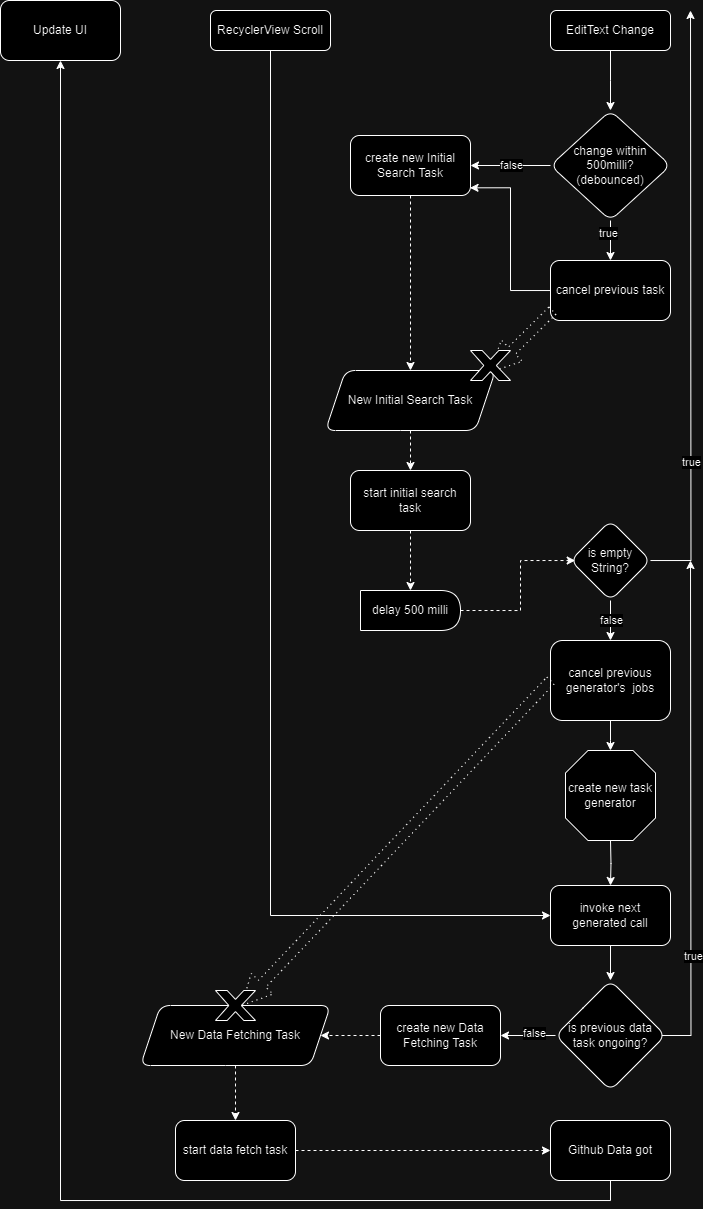
Before: readmepics/GithubApiSampleLogicFlow.png, a diagram exported from draw.io (Wayne-Wang-Wayne/GithubAPISample). Source tidied: cells renumbered, new cells last; positions are measured from the earlier drawing's top-left corner, leaving out a move shared by most shapes.
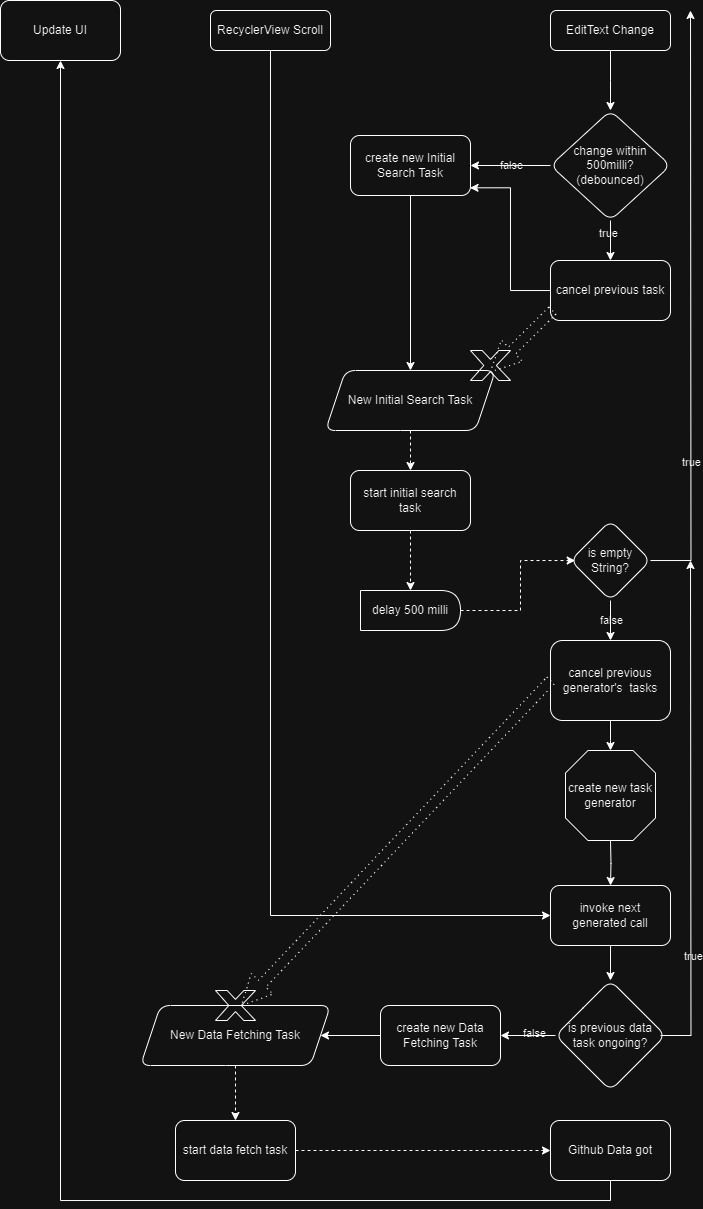
After the change.

Commit message:
更新readme logic flow

The edit, as a diff of the source:
```diff
@@ -2,84 +2,81 @@
   <root>
     <mxCell id="0" />
     <mxCell id="1" parent="0" />
-    <mxCell id="2" style="edgeStyle=orthogonalEdgeStyle;rounded=0;jettySize=auto;html=1;entryX=0;entryY=0.5;entryDx=0;entryDy=0;" parent="1" edge="1" source="3" target="20">
+    <mxCell id="2" style="edgeStyle=orthogonalEdgeStyle;rounded=0;jettySize=auto;html=1;entryX=0;entryY=0.5;entryDx=0;entryDy=0;labelBackgroundColor=none;" parent="1" edge="1" source="3" target="20">
       <mxGeometry relative="1" as="geometry">
         <Array as="points">
           <mxPoint x="270" y="915" />
         </Array>
       </mxGeometry>
     </mxCell>
-    <mxCell id="3" value="RecyclerView Scroll" style="rounded=1;whiteSpace=wrap;html=1;fontSize=12;glass=0;strokeWidth=1;shadow=0;" parent="1" vertex="1">
+    <mxCell id="3" value="RecyclerView Scroll" style="rounded=1;whiteSpace=wrap;html=1;fontSize=12;glass=0;strokeWidth=1;shadow=0;labelBackgroundColor=none;fillColor=none;" parent="1" vertex="1">
       <mxGeometry x="210" y="10" width="120" height="40" as="geometry" />
     </mxCell>
-    <mxCell id="4" style="edgeStyle=orthogonalEdgeStyle;rounded=0;jettySize=auto;html=1;" parent="1" edge="1" source="5">
+    <mxCell id="4" style="edgeStyle=orthogonalEdgeStyle;rounded=0;jettySize=auto;html=1;labelBackgroundColor=none;" parent="1" edge="1" source="5">
       <mxGeometry relative="1" as="geometry">
         <mxPoint x="610" y="110" as="targetPoint" />
       </mxGeometry>
     </mxCell>
-    <mxCell id="5" value="EditText Change" style="rounded=1;whiteSpace=wrap;html=1;fontSize=12;glass=0;strokeWidth=1;shadow=0;" parent="1" vertex="1">
+    <mxCell id="5" value="EditText Change" style="rounded=1;whiteSpace=wrap;html=1;fontSize=12;glass=0;strokeWidth=1;shadow=0;labelBackgroundColor=none;fillColor=none;" parent="1" vertex="1">
       <mxGeometry x="550" y="10" width="120" height="40" as="geometry" />
     </mxCell>
-    <mxCell id="6" style="edgeStyle=orthogonalEdgeStyle;rounded=0;jettySize=auto;html=1;" parent="1" edge="1" source="10" target="36">
+    <mxCell id="6" style="edgeStyle=orthogonalEdgeStyle;rounded=0;jettySize=auto;html=1;labelBackgroundColor=none;" parent="1" edge="1" source="10" target="36">
       <mxGeometry relative="1" as="geometry" />
     </mxCell>
-    <mxCell id="7" value="true" style="edgeLabel;html=1;align=center;verticalAlign=middle;" parent="6" vertex="1">
+    <mxCell id="7" value="true" style="edgeLabel;html=1;align=center;verticalAlign=middle;labelBackgroundColor=none;" parent="6" vertex="1">
       <mxGeometry x="-0.36" y="-2" relative="1" as="geometry" />
     </mxCell>
-    <mxCell id="8" style="edgeStyle=orthogonalEdgeStyle;rounded=0;jettySize=auto;html=1;" parent="1" edge="1" source="10" target="38">
+    <mxCell id="8" style="edgeStyle=orthogonalEdgeStyle;rounded=0;jettySize=auto;html=1;labelBackgroundColor=none;" parent="1" edge="1" source="10" target="38">
       <mxGeometry relative="1" as="geometry" />
     </mxCell>
-    <mxCell id="9" value="false" style="edgeLabel;html=1;align=center;verticalAlign=middle;" parent="8" vertex="1">
+    <mxCell id="9" value="false" style="edgeLabel;html=1;align=center;verticalAlign=middle;labelBackgroundColor=none;" parent="8" vertex="1">
       <mxGeometry x="0.07" y="-2" relative="1" as="geometry">
         <mxPoint x="3" y="2" as="offset" />
       </mxGeometry>
     </mxCell>
-    <mxCell id="10" value="change within 500milli?&lt;br&gt;(debounced)" style="rhombus;whiteSpace=wrap;html=1;rounded=1;glass=0;strokeWidth=1;shadow=0;" parent="1" vertex="1">
+    <mxCell id="10" value="change within 500milli?&lt;br&gt;(debounced)" style="rhombus;whiteSpace=wrap;html=1;rounded=1;glass=0;strokeWidth=1;shadow=0;labelBackgroundColor=none;fillColor=none;" parent="1" vertex="1">
       <mxGeometry x="550" y="110" width="120" height="110" as="geometry" />
     </mxCell>
-    <mxCell id="11" style="edgeStyle=orthogonalEdgeStyle;rounded=0;jettySize=auto;html=1;" parent="1" edge="1" source="15">
+    <mxCell id="11" style="edgeStyle=orthogonalEdgeStyle;rounded=0;jettySize=auto;html=1;labelBackgroundColor=none;" parent="1" edge="1" source="15">
       <mxGeometry relative="1" as="geometry">
         <mxPoint x="690" y="10" as="targetPoint" />
       </mxGeometry>
     </mxCell>
-    <mxCell id="12" value="true" style="edgeLabel;html=1;align=center;verticalAlign=middle;" parent="11" vertex="1">
+    <mxCell id="12" value="true" style="edgeLabel;html=1;align=center;verticalAlign=middle;labelBackgroundColor=none;" parent="11" vertex="1">
       <mxGeometry x="0.05" y="-1" relative="1" as="geometry">
         <mxPoint x="-1" y="170" as="offset" />
       </mxGeometry>
     </mxCell>
-    <mxCell id="13" style="edgeStyle=orthogonalEdgeStyle;rounded=0;jettySize=auto;html=1;" parent="1" edge="1" source="15" target="18">
+    <mxCell id="13" style="edgeStyle=orthogonalEdgeStyle;rounded=0;jettySize=auto;html=1;labelBackgroundColor=none;" parent="1" edge="1" source="15" target="18">
       <mxGeometry relative="1" as="geometry" />
     </mxCell>
-    <mxCell id="14" value="false" style="edgeLabel;html=1;align=center;verticalAlign=middle;" parent="13" vertex="1">
+    <mxCell id="14" value="false" style="edgeLabel;html=1;align=center;verticalAlign=middle;labelBackgroundColor=none;" parent="13" vertex="1">
       <mxGeometry x="-0.02" y="1" relative="1" as="geometry" />
     </mxCell>
-    <mxCell id="15" value="is empty String?" style="rhombus;whiteSpace=wrap;html=1;rounded=1;glass=0;strokeWidth=1;shadow=0;" parent="1" vertex="1">
+    <mxCell id="15" value="is empty String?" style="rhombus;whiteSpace=wrap;html=1;rounded=1;glass=0;strokeWidth=1;shadow=0;labelBackgroundColor=none;fillColor=none;" parent="1" vertex="1">
       <mxGeometry x="570" y="520" width="80" height="80" as="geometry" />
     </mxCell>
-    <mxCell id="16" style="edgeStyle=orthogonalEdgeStyle;rounded=0;jettySize=auto;html=1;entryX=0.5;entryY=0;entryDx=0;entryDy=0;dashed=1;dashPattern=1 4;shape=arrow;" parent="1" edge="1" source="45" target="22">
-      <mxGeometry relative="1" as="geometry" />
-    </mxCell>
-    <mxCell id="17" style="edgeStyle=orthogonalEdgeStyle;rounded=0;jettySize=auto;html=1;" parent="1" edge="1" source="18">
+    <mxCell id="17" style="edgeStyle=orthogonalEdgeStyle;rounded=0;jettySize=auto;html=1;labelBackgroundColor=none;" parent="1" edge="1" source="18">
       <mxGeometry relative="1" as="geometry">
         <mxPoint x="610" y="750" as="targetPoint" />
       </mxGeometry>
     </mxCell>
-    <mxCell id="18" value="cancel previous generator's&amp;nbsp;&lt;span style=&quot;background-color: initial;&quot;&gt;&amp;nbsp;jobs&lt;/span&gt;" style="rounded=1;whiteSpace=wrap;html=1;glass=0;strokeWidth=1;shadow=0;" parent="1" vertex="1">
+    <mxCell id="18" value="cancel previous generator's&amp;nbsp;&lt;span style=&quot;&quot;&gt;&amp;nbsp;tasks&lt;/span&gt;" style="rounded=1;whiteSpace=wrap;html=1;glass=0;strokeWidth=1;shadow=0;labelBackgroundColor=none;fillColor=none;" parent="1" vertex="1">
       <mxGeometry x="550" y="640" width="120" height="80" as="geometry" />
     </mxCell>
-    <mxCell id="19" style="edgeStyle=orthogonalEdgeStyle;rounded=0;jettySize=auto;html=1;" parent="1" edge="1" source="20" target="29">
+    <mxCell id="19" style="edgeStyle=orthogonalEdgeStyle;rounded=0;jettySize=auto;html=1;labelBackgroundColor=none;" parent="1" edge="1" source="20" target="29">
       <mxGeometry relative="1" as="geometry" />
     </mxCell>
-    <mxCell id="20" value="invoke next generated call" style="rounded=1;whiteSpace=wrap;html=1;glass=0;strokeWidth=1;shadow=0;" parent="1" vertex="1">
+    <mxCell id="20" value="invoke next generated call" style="rounded=1;whiteSpace=wrap;html=1;glass=0;strokeWidth=1;shadow=0;labelBackgroundColor=none;fillColor=none;" parent="1" vertex="1">
       <mxGeometry x="550" y="885" width="120" height="60" as="geometry" />
     </mxCell>
-    <mxCell id="21" style="edgeStyle=orthogonalEdgeStyle;rounded=0;jettySize=auto;html=1;entryX=0.5;entryY=0;entryDx=0;entryDy=0;dashed=1;" parent="1" edge="1" source="22" target="35">
+    <mxCell id="21" style="edgeStyle=orthogonalEdgeStyle;rounded=0;jettySize=auto;html=1;entryX=0.5;entryY=0;entryDx=0;entryDy=0;dashed=1;labelBackgroundColor=none;" parent="1" edge="1" source="22" target="35">
       <mxGeometry relative="1" as="geometry" />
     </mxCell>
-    <mxCell id="22" value="New Data Fetching Task" style="shape=parallelogram;perimeter=parallelogramPerimeter;whiteSpace=wrap;html=1;fixedSize=1;rounded=1;" parent="1" vertex="1">
+    <mxCell id="22" value="New Data Fetching Task" style="shape=parallelogram;perimeter=parallelogramPerimeter;whiteSpace=wrap;html=1;fixedSize=1;rounded=1;labelBackgroundColor=none;fillColor=none;" parent="1" vertex="1">
       <mxGeometry x="140" y="1005" width="190" height="60" as="geometry" />
     </mxCell>
-    <mxCell id="23" style="edgeStyle=orthogonalEdgeStyle;rounded=0;jettySize=auto;html=1;" parent="1" edge="1" source="24" target="30">
+    <mxCell id="23" style="edgeStyle=orthogonalEdgeStyle;rounded=0;jettySize=auto;html=1;labelBackgroundColor=none;" parent="1" edge="1" source="24" target="30">
       <mxGeometry relative="1" as="geometry">
         <Array as="points">
           <mxPoint x="610" y="1200" />
@@ -87,83 +84,83 @@
         </Array>
       </mxGeometry>
     </mxCell>
-    <mxCell id="24" value="Github Data got" style="rounded=1;whiteSpace=wrap;html=1;glass=0;strokeWidth=1;shadow=0;" parent="1" vertex="1">
+    <mxCell id="24" value="Github Data got" style="rounded=1;whiteSpace=wrap;html=1;glass=0;strokeWidth=1;shadow=0;labelBackgroundColor=none;fillColor=none;" parent="1" vertex="1">
       <mxGeometry x="550" y="1120" width="120" height="60" as="geometry" />
     </mxCell>
-    <mxCell id="25" style="edgeStyle=orthogonalEdgeStyle;rounded=0;jettySize=auto;html=1;exitX=0.955;exitY=0.5;exitDx=0;exitDy=0;exitPerimeter=0;" parent="1" edge="1" source="29">
+    <mxCell id="25" style="edgeStyle=orthogonalEdgeStyle;rounded=0;jettySize=auto;html=1;exitX=0.955;exitY=0.5;exitDx=0;exitDy=0;exitPerimeter=0;labelBackgroundColor=none;" parent="1" edge="1" source="29">
       <mxGeometry relative="1" as="geometry">
         <mxPoint x="690" y="560" as="targetPoint" />
       </mxGeometry>
     </mxCell>
-    <mxCell id="26" value="true" style="edgeLabel;html=1;align=center;verticalAlign=middle;" parent="25" vertex="1">
+    <mxCell id="26" value="true" style="edgeLabel;html=1;align=center;verticalAlign=middle;labelBackgroundColor=none;" parent="25" vertex="1">
       <mxGeometry x="-0.57" y="-2" relative="1" as="geometry" />
     </mxCell>
-    <mxCell id="27" style="edgeStyle=orthogonalEdgeStyle;rounded=0;jettySize=auto;html=1;" parent="1" edge="1" source="29" target="47">
+    <mxCell id="27" style="edgeStyle=orthogonalEdgeStyle;rounded=0;jettySize=auto;html=1;labelBackgroundColor=none;" parent="1" edge="1" source="29" target="47">
       <mxGeometry relative="1" as="geometry" />
     </mxCell>
-    <mxCell id="28" value="false" style="edgeLabel;html=1;align=center;verticalAlign=middle;" parent="27" vertex="1">
+    <mxCell id="28" value="false" style="edgeLabel;html=1;align=center;verticalAlign=middle;labelBackgroundColor=none;" parent="27" vertex="1">
       <mxGeometry x="-0.21" y="-2" relative="1" as="geometry" />
     </mxCell>
-    <mxCell id="29" value="is previous data task ongoing?" style="rhombus;whiteSpace=wrap;html=1;rounded=1;glass=0;strokeWidth=1;shadow=0;" parent="1" vertex="1">
+    <mxCell id="29" value="is previous data task ongoing?" style="rhombus;whiteSpace=wrap;html=1;rounded=1;glass=0;strokeWidth=1;shadow=0;labelBackgroundColor=none;fillColor=none;" parent="1" vertex="1">
       <mxGeometry x="555" y="980" width="110" height="110" as="geometry" />
     </mxCell>
-    <mxCell id="30" value="Update UI" style="rounded=1;whiteSpace=wrap;html=1;glass=0;strokeWidth=1;shadow=0;" parent="1" vertex="1">
+    <mxCell id="30" value="Update UI" style="rounded=1;whiteSpace=wrap;html=1;glass=0;strokeWidth=1;shadow=0;labelBackgroundColor=none;fillColor=none;" parent="1" vertex="1">
       <mxGeometry width="120" height="60" as="geometry" />
     </mxCell>
-    <mxCell id="31" style="edgeStyle=orthogonalEdgeStyle;rounded=0;jettySize=auto;html=1;" parent="1" edge="1" target="20">
+    <mxCell id="31" style="edgeStyle=orthogonalEdgeStyle;rounded=0;jettySize=auto;html=1;labelBackgroundColor=none;" parent="1" edge="1" target="20">
       <mxGeometry relative="1" as="geometry">
         <mxPoint x="610" y="840" as="sourcePoint" />
       </mxGeometry>
     </mxCell>
-    <mxCell id="32" style="edgeStyle=orthogonalEdgeStyle;rounded=0;jettySize=auto;html=1;dashed=1;" parent="1" edge="1" source="33" target="43">
+    <mxCell id="32" style="edgeStyle=orthogonalEdgeStyle;rounded=0;jettySize=auto;html=1;dashed=1;labelBackgroundColor=none;" parent="1" edge="1" source="33" target="43">
       <mxGeometry relative="1" as="geometry" />
     </mxCell>
-    <mxCell id="33" value="New Initial Search Task" style="shape=parallelogram;perimeter=parallelogramPerimeter;whiteSpace=wrap;html=1;fixedSize=1;rounded=1;" parent="1" vertex="1">
+    <mxCell id="33" value="New Initial Search Task" style="shape=parallelogram;perimeter=parallelogramPerimeter;whiteSpace=wrap;html=1;fixedSize=1;rounded=1;labelBackgroundColor=none;fillColor=none;" parent="1" vertex="1">
       <mxGeometry x="325" y="370" width="170" height="60" as="geometry" />
     </mxCell>
-    <mxCell id="34" style="edgeStyle=orthogonalEdgeStyle;rounded=0;jettySize=auto;html=1;dashed=1;" parent="1" edge="1" source="35" target="24">
+    <mxCell id="34" style="edgeStyle=orthogonalEdgeStyle;rounded=0;jettySize=auto;html=1;dashed=1;labelBackgroundColor=none;" parent="1" edge="1" source="35" target="24">
       <mxGeometry relative="1" as="geometry" />
     </mxCell>
-    <mxCell id="35" value="start data fetch task" style="rounded=1;whiteSpace=wrap;html=1;glass=0;strokeWidth=1;shadow=0;" parent="1" vertex="1">
+    <mxCell id="35" value="start data fetch task" style="rounded=1;whiteSpace=wrap;html=1;glass=0;strokeWidth=1;shadow=0;labelBackgroundColor=none;fillColor=none;" parent="1" vertex="1">
       <mxGeometry x="175" y="1120" width="120" height="60" as="geometry" />
     </mxCell>
-    <mxCell id="36" value="cancel previous task" style="whiteSpace=wrap;html=1;rounded=1;glass=0;strokeWidth=1;shadow=0;" parent="1" vertex="1">
+    <mxCell id="36" value="cancel previous task" style="whiteSpace=wrap;html=1;rounded=1;glass=0;strokeWidth=1;shadow=0;labelBackgroundColor=none;fillColor=none;" parent="1" vertex="1">
       <mxGeometry x="550" y="260" width="120" height="60" as="geometry" />
     </mxCell>
-    <mxCell id="37" style="edgeStyle=orthogonalEdgeStyle;rounded=0;jettySize=auto;html=1;entryX=0.5;entryY=0;entryDx=0;entryDy=0;dashed=1;" parent="1" edge="1" source="38" target="33">
+    <mxCell id="37" style="edgeStyle=orthogonalEdgeStyle;rounded=0;jettySize=auto;html=1;entryX=0.5;entryY=0;entryDx=0;entryDy=0;labelBackgroundColor=none;" parent="1" edge="1" source="38" target="33">
       <mxGeometry relative="1" as="geometry" />
     </mxCell>
-    <mxCell id="38" value="create new Initial Search Task" style="whiteSpace=wrap;html=1;rounded=1;glass=0;strokeWidth=1;shadow=0;" parent="1" vertex="1">
+    <mxCell id="38" value="create new Initial Search Task" style="whiteSpace=wrap;html=1;rounded=1;glass=0;strokeWidth=1;shadow=0;labelBackgroundColor=none;fillColor=none;" parent="1" vertex="1">
       <mxGeometry x="350" y="135" width="120" height="60" as="geometry" />
     </mxCell>
-    <mxCell id="39" style="edgeStyle=orthogonalEdgeStyle;rounded=0;jettySize=auto;html=1;dashed=1;dashPattern=1 4;shape=arrow;entryX=0.5;entryY=0.71;entryDx=0;entryDy=0;entryPerimeter=0;exitX=0.016;exitY=0.835;exitDx=0;exitDy=0;exitPerimeter=0;" parent="1" edge="1" source="36" target="40">
+    <mxCell id="39" style="edgeStyle=orthogonalEdgeStyle;rounded=0;jettySize=auto;html=1;dashed=1;dashPattern=1 4;shape=arrow;entryX=0.5;entryY=0.71;entryDx=0;entryDy=0;entryPerimeter=0;exitX=0.016;exitY=0.835;exitDx=0;exitDy=0;exitPerimeter=0;labelBackgroundColor=none;" parent="1" edge="1" source="36" target="40">
       <mxGeometry relative="1" as="geometry" />
     </mxCell>
-    <mxCell id="40" style="verticalLabelPosition=bottom;verticalAlign=top;html=1;shape=mxgraph.basic.x;fillColor=default;" parent="1" vertex="1">
+    <mxCell id="40" style="verticalLabelPosition=bottom;verticalAlign=top;html=1;shape=mxgraph.basic.x;fillColor=none;labelBackgroundColor=none;" parent="1" vertex="1">
       <mxGeometry x="470" y="350" width="40" height="30" as="geometry" />
     </mxCell>
-    <mxCell id="41" style="edgeStyle=orthogonalEdgeStyle;rounded=0;jettySize=auto;html=1;entryX=0.996;entryY=0.872;entryDx=0;entryDy=0;entryPerimeter=0;" parent="1" edge="1" source="36" target="38">
+    <mxCell id="41" style="edgeStyle=orthogonalEdgeStyle;rounded=0;jettySize=auto;html=1;entryX=0.996;entryY=0.872;entryDx=0;entryDy=0;entryPerimeter=0;labelBackgroundColor=none;" parent="1" edge="1" source="36" target="38">
       <mxGeometry relative="1" as="geometry" />
     </mxCell>
-    <mxCell id="42" style="edgeStyle=orthogonalEdgeStyle;rounded=0;jettySize=auto;html=1;dashed=1;entryX=0.5;entryY=0;entryDx=0;entryDy=0;" parent="1" edge="1" source="43" target="52">
+    <mxCell id="42" style="edgeStyle=orthogonalEdgeStyle;rounded=0;jettySize=auto;html=1;dashed=1;entryX=0.5;entryY=0;entryDx=0;entryDy=0;labelBackgroundColor=none;" parent="1" edge="1" source="43" target="52">
       <mxGeometry relative="1" as="geometry" />
     </mxCell>
-    <mxCell id="43" value="start initial search task" style="whiteSpace=wrap;html=1;rounded=1;" parent="1" vertex="1">
+    <mxCell id="43" value="start initial search task" style="whiteSpace=wrap;html=1;rounded=1;labelBackgroundColor=none;fillColor=none;" parent="1" vertex="1">
       <mxGeometry x="350" y="470" width="120" height="60" as="geometry" />
     </mxCell>
-    <mxCell id="44" style="edgeStyle=orthogonalEdgeStyle;rounded=0;jettySize=auto;html=1;entryX=0.65;entryY=0.5;entryDx=0;entryDy=0;dashed=1;dashPattern=1 4;shape=arrow;entryPerimeter=0;" parent="1" edge="1" source="18" target="45">
+    <mxCell id="44" style="edgeStyle=orthogonalEdgeStyle;rounded=0;jettySize=auto;html=1;entryX=0.65;entryY=0.5;entryDx=0;entryDy=0;dashed=1;dashPattern=1 4;shape=arrow;entryPerimeter=0;labelBackgroundColor=none;" parent="1" edge="1" source="18" target="45">
       <mxGeometry relative="1" as="geometry" />
     </mxCell>
-    <mxCell id="45" style="verticalLabelPosition=bottom;verticalAlign=top;html=1;shape=mxgraph.basic.x;fillColor=default;" parent="1" vertex="1">
+    <mxCell id="45" style="verticalLabelPosition=bottom;verticalAlign=top;html=1;shape=mxgraph.basic.x;fillColor=none;labelBackgroundColor=none;" parent="1" vertex="1">
       <mxGeometry x="215" y="990" width="40" height="30" as="geometry" />
     </mxCell>
-    <mxCell id="46" style="edgeStyle=orthogonalEdgeStyle;rounded=0;jettySize=auto;html=1;entryX=1;entryY=0.5;entryDx=0;entryDy=0;dashed=1;" parent="1" edge="1" source="47" target="22">
+    <mxCell id="46" style="edgeStyle=orthogonalEdgeStyle;rounded=0;jettySize=auto;html=1;entryX=1;entryY=0.5;entryDx=0;entryDy=0;labelBackgroundColor=none;" parent="1" edge="1" source="47" target="22">
       <mxGeometry relative="1" as="geometry" />
     </mxCell>
-    <mxCell id="47" value="create new Data Fetching Task" style="whiteSpace=wrap;html=1;rounded=1;glass=0;strokeWidth=1;shadow=0;" parent="1" vertex="1">
+    <mxCell id="47" value="create new Data Fetching Task" style="whiteSpace=wrap;html=1;rounded=1;glass=0;strokeWidth=1;shadow=0;labelBackgroundColor=none;fillColor=none;" parent="1" vertex="1">
       <mxGeometry x="380" y="1005" width="120" height="60" as="geometry" />
     </mxCell>
-    <mxCell id="48" style="edgeStyle=orthogonalEdgeStyle;rounded=0;jettySize=auto;html=1;entryX=0.059;entryY=0.506;entryDx=0;entryDy=0;entryPerimeter=0;dashed=1;exitX=1;exitY=0.5;exitDx=0;exitDy=0;" parent="1" edge="1" source="52" target="15">
+    <mxCell id="48" style="edgeStyle=orthogonalEdgeStyle;rounded=0;jettySize=auto;html=1;entryX=0.059;entryY=0.506;entryDx=0;entryDy=0;entryPerimeter=0;dashed=1;exitX=1;exitY=0.5;exitDx=0;exitDy=0;labelBackgroundColor=none;" parent="1" edge="1" source="52" target="15">
       <mxGeometry relative="1" as="geometry">
         <Array as="points">
           <mxPoint x="520" y="610" />
@@ -172,16 +169,16 @@
         </Array>
       </mxGeometry>
     </mxCell>
-    <mxCell id="49" style="group;" parent="1" vertex="1">
+    <mxCell id="49" style="group;labelBackgroundColor=default;fillColor=none;" parent="1" vertex="1">
       <mxGeometry x="565" y="750" width="90" height="90" as="geometry" />
     </mxCell>
-    <mxCell id="50" style="verticalLabelPosition=bottom;verticalAlign=top;html=1;shape=mxgraph.basic.polygon;polyCoords=[[0.25,0],[0.75,0],[1,0.25],[1,0.75],[0.75,1],[0.25,1],[0,0.75],[0,0.25]];polyline=0;" parent="49" vertex="1">
+    <mxCell id="50" style="verticalLabelPosition=bottom;verticalAlign=top;html=1;shape=mxgraph.basic.polygon;polyCoords=[[0.25,0],[0.75,0],[1,0.25],[1,0.75],[0.75,1],[0.25,1],[0,0.75],[0,0.25]];polyline=0;labelBackgroundColor=none;fillColor=none;" parent="49" vertex="1">
       <mxGeometry width="90" height="90" as="geometry" />
     </mxCell>
-    <mxCell id="51" value="create new task generator" style="text;html=1;align=center;verticalAlign=middle;whiteSpace=wrap;rounded=0;" parent="49" vertex="1">
+    <mxCell id="51" value="create new task generator" style="text;html=1;align=center;verticalAlign=middle;whiteSpace=wrap;rounded=0;labelBackgroundColor=none;" parent="49" vertex="1">
       <mxGeometry y="31.5" width="90" height="27" as="geometry" />
     </mxCell>
-    <mxCell id="52" value="delay 500 milli" style="shape=delay;whiteSpace=wrap;html=1;" parent="1" vertex="1">
+    <mxCell id="52" value="delay 500 milli" style="shape=delay;whiteSpace=wrap;html=1;labelBackgroundColor=none;fillColor=none;" parent="1" vertex="1">
       <mxGeometry x="360" y="590" width="100" height="40" as="geometry" />
     </mxCell>
   </root>
```
